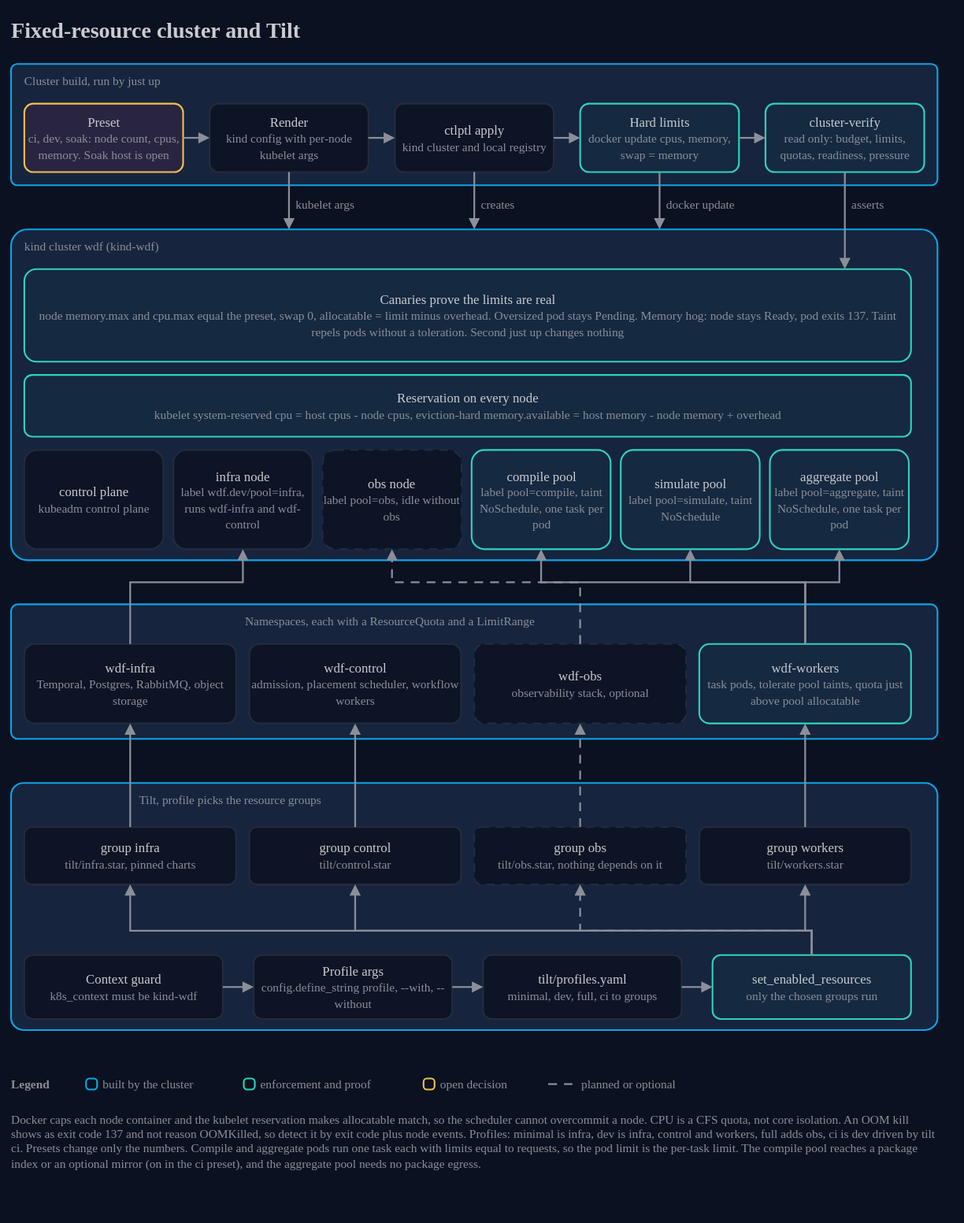
Before: docs/architecture/09-cluster-and-tilt.drawio.svg, a diagram exported from draw.io (AndoNorth/disyard). Source tidied: cells renumbered, new cells last; positions are measured from the earlier drawing's top-left corner, leaving out a move shared by most shapes.
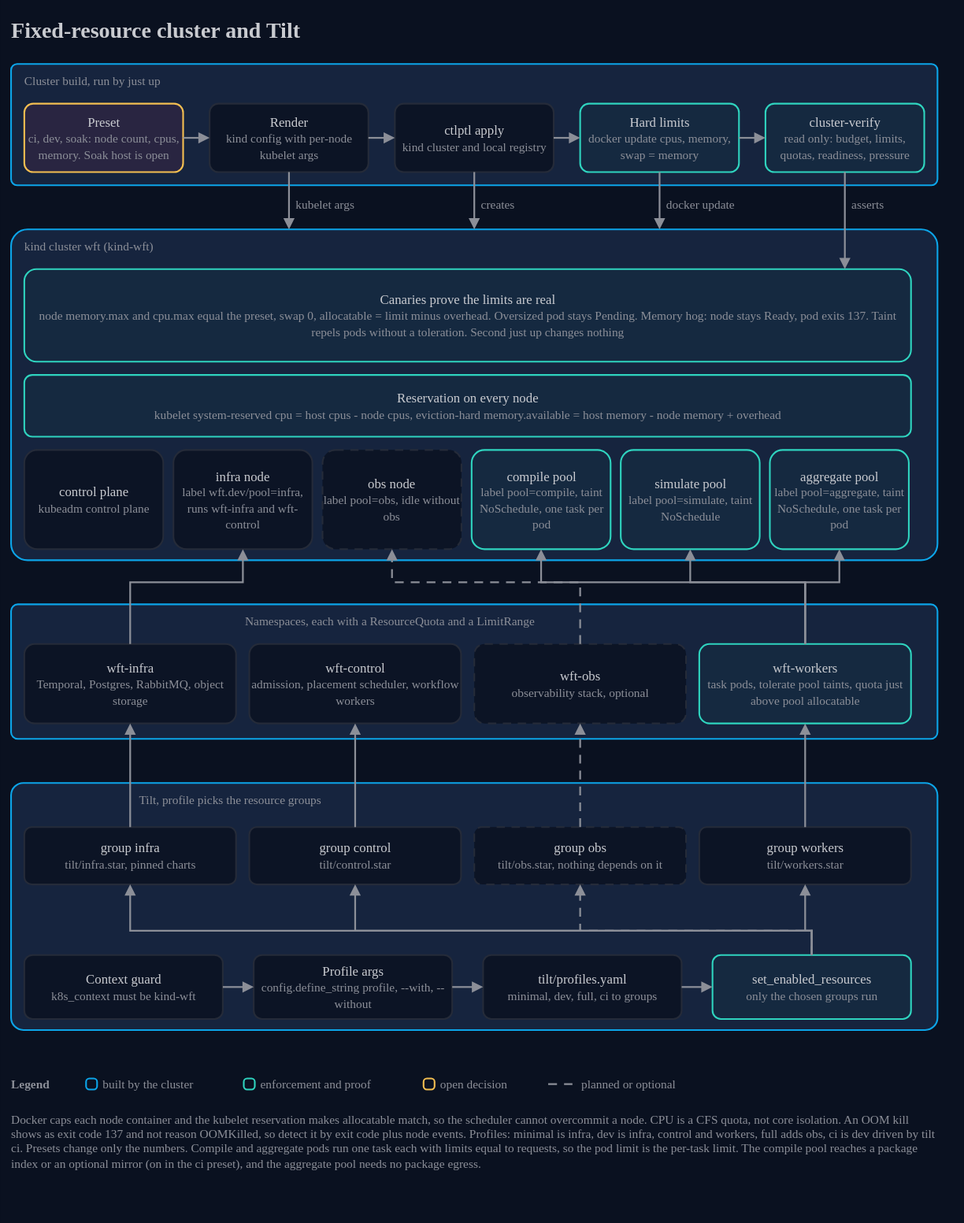
After the change.

What changed in the source:
```diff
@@ -41,7 +41,7 @@
     <mxCell id="14" style="rounded=1;arcSize=5;html=1;whiteSpace=wrap;fillColor=#16243e;strokeColor=#0ca5e9;strokeWidth=1.5;fontColor=#c9cbd0;fontSize=12;fontFamily=IBM Plex Sans;verticalAlign=top;align=left;" parent="1" vertex="1">
       <mxGeometry y="198" width="840" height="300" as="geometry" />
     </mxCell>
-    <mxCell id="15" value="kind cluster wdf (kind-wdf)" style="text;html=1;strokeColor=none;fillColor=none;align=left;verticalAlign=middle;whiteSpace=wrap;fontColor=#8c8f98;fontSize=11;fontFamily=IBM Plex Sans;spacing=0;" parent="1" vertex="1">
+    <mxCell id="15" value="kind cluster wft (kind-wft)" style="text;html=1;strokeColor=none;fillColor=none;align=left;verticalAlign=middle;whiteSpace=wrap;fontColor=#8c8f98;fontSize=11;fontFamily=IBM Plex Sans;spacing=0;" parent="1" vertex="1">
       <mxGeometry x="12" y="204" width="240" height="18" as="geometry" />
     </mxCell>
     <mxCell id="16" value="Canaries prove the limits are real&lt;br&gt;&lt;font color=&quot;#8c8f98&quot; style=&quot;font-size:11px&quot;&gt;node memory.max and cpu.max equal the preset, swap 0, allocatable = limit minus overhead. Oversized pod stays Pending. Memory hog: node stays Ready, pod exits 137. Taint repels pods without a toleration. Second just up changes nothing&lt;/font&gt;" style="rounded=1;arcSize=13;html=1;whiteSpace=wrap;fillColor=#152940;strokeColor=#2fd4bf;strokeWidth=1.5;fontColor=#c9cbd0;fontSize=12;fontFamily=IBM Plex Sans;" parent="1" vertex="1">
@@ -53,7 +53,7 @@
     <mxCell id="18" value="control plane&lt;br&gt;&lt;font color=&quot;#8c8f98&quot; style=&quot;font-size:11px&quot;&gt;kubeadm control plane&lt;/font&gt;" style="rounded=1;arcSize=13;html=1;whiteSpace=wrap;fillColor=#0c1425;strokeColor=#252b39;strokeWidth=1.5;fontColor=#c9cbd0;fontSize=12;fontFamily=IBM Plex Sans;" parent="1" vertex="1">
       <mxGeometry x="12" y="398" width="126" height="90" as="geometry" />
     </mxCell>
-    <mxCell id="19" value="infra node&lt;br&gt;&lt;font color=&quot;#8c8f98&quot; style=&quot;font-size:11px&quot;&gt;label wdf.dev/pool=infra, runs wdf-infra and wdf-control&lt;/font&gt;" style="rounded=1;arcSize=13;html=1;whiteSpace=wrap;fillColor=#0c1425;strokeColor=#252b39;strokeWidth=1.5;fontColor=#c9cbd0;fontSize=12;fontFamily=IBM Plex Sans;" parent="1" vertex="1">
+    <mxCell id="19" value="infra node&lt;br&gt;&lt;font color=&quot;#8c8f98&quot; style=&quot;font-size:11px&quot;&gt;label wft.dev/pool=infra, runs wft-infra and wft-control&lt;/font&gt;" style="rounded=1;arcSize=13;html=1;whiteSpace=wrap;fillColor=#0c1425;strokeColor=#252b39;strokeWidth=1.5;fontColor=#c9cbd0;fontSize=12;fontFamily=IBM Plex Sans;" parent="1" vertex="1">
       <mxGeometry x="147.2" y="398" width="126" height="90" as="geometry" />
     </mxCell>
     <mxCell id="20" value="obs node&lt;br&gt;&lt;font color=&quot;#8c8f98&quot; style=&quot;font-size:11px&quot;&gt;label pool=obs, idle without obs&lt;/font&gt;" style="rounded=1;arcSize=13;html=1;whiteSpace=wrap;fillColor=#0c1425;strokeColor=#252b39;strokeWidth=1.5;fontColor=#c9cbd0;fontSize=12;fontFamily=IBM Plex Sans;dashed=1;dashPattern=5 4;" parent="1" vertex="1">
@@ -98,16 +98,16 @@
     <mxCell id="33" value="Namespaces, each with a ResourceQuota and a LimitRange" style="text;html=1;strokeColor=none;fillColor=none;align=left;verticalAlign=middle;whiteSpace=wrap;fontColor=#8c8f98;fontSize=11;fontFamily=IBM Plex Sans;spacing=0;" parent="1" vertex="1">
       <mxGeometry x="212" y="544" width="420" height="18" as="geometry" />
     </mxCell>
-    <mxCell id="34" value="wdf-infra&lt;br&gt;&lt;font color=&quot;#8c8f98&quot; style=&quot;font-size:11px&quot;&gt;Temporal, Postgres, RabbitMQ, object storage&lt;/font&gt;" style="rounded=1;arcSize=13;html=1;whiteSpace=wrap;fillColor=#0c1425;strokeColor=#252b39;strokeWidth=1.5;fontColor=#c9cbd0;fontSize=12;fontFamily=IBM Plex Sans;" parent="1" vertex="1">
+    <mxCell id="34" value="wft-infra&lt;br&gt;&lt;font color=&quot;#8c8f98&quot; style=&quot;font-size:11px&quot;&gt;Temporal, Postgres, RabbitMQ, object storage&lt;/font&gt;" style="rounded=1;arcSize=13;html=1;whiteSpace=wrap;fillColor=#0c1425;strokeColor=#252b39;strokeWidth=1.5;fontColor=#c9cbd0;fontSize=12;fontFamily=IBM Plex Sans;" parent="1" vertex="1">
       <mxGeometry x="12" y="574" width="192" height="72" as="geometry" />
     </mxCell>
-    <mxCell id="35" value="wdf-control&lt;br&gt;&lt;font color=&quot;#8c8f98&quot; style=&quot;font-size:11px&quot;&gt;admission, placement scheduler, workflow workers&lt;/font&gt;" style="rounded=1;arcSize=13;html=1;whiteSpace=wrap;fillColor=#0c1425;strokeColor=#252b39;strokeWidth=1.5;fontColor=#c9cbd0;fontSize=12;fontFamily=IBM Plex Sans;" parent="1" vertex="1">
+    <mxCell id="35" value="wft-control&lt;br&gt;&lt;font color=&quot;#8c8f98&quot; style=&quot;font-size:11px&quot;&gt;admission, placement scheduler, workflow workers&lt;/font&gt;" style="rounded=1;arcSize=13;html=1;whiteSpace=wrap;fillColor=#0c1425;strokeColor=#252b39;strokeWidth=1.5;fontColor=#c9cbd0;fontSize=12;fontFamily=IBM Plex Sans;" parent="1" vertex="1">
       <mxGeometry x="216" y="574" width="192" height="72" as="geometry" />
     </mxCell>
-    <mxCell id="36" value="wdf-obs&lt;br&gt;&lt;font color=&quot;#8c8f98&quot; style=&quot;font-size:11px&quot;&gt;observability stack, optional&lt;/font&gt;" style="rounded=1;arcSize=13;html=1;whiteSpace=wrap;fillColor=#0c1425;strokeColor=#252b39;strokeWidth=1.5;fontColor=#c9cbd0;fontSize=12;fontFamily=IBM Plex Sans;dashed=1;dashPattern=5 4;" parent="1" vertex="1">
+    <mxCell id="36" value="wft-obs&lt;br&gt;&lt;font color=&quot;#8c8f98&quot; style=&quot;font-size:11px&quot;&gt;observability stack, optional&lt;/font&gt;" style="rounded=1;arcSize=13;html=1;whiteSpace=wrap;fillColor=#0c1425;strokeColor=#252b39;strokeWidth=1.5;fontColor=#c9cbd0;fontSize=12;fontFamily=IBM Plex Sans;dashed=1;dashPattern=5 4;" parent="1" vertex="1">
       <mxGeometry x="420" y="574" width="192" height="72" as="geometry" />
     </mxCell>
-    <mxCell id="37" value="wdf-workers&lt;br&gt;&lt;font color=&quot;#8c8f98&quot; style=&quot;font-size:11px&quot;&gt;task pods, tolerate pool taints, quota just above pool allocatable&lt;/font&gt;" style="rounded=1;arcSize=13;html=1;whiteSpace=wrap;fillColor=#152940;strokeColor=#2fd4bf;strokeWidth=1.5;fontColor=#c9cbd0;fontSize=12;fontFamily=IBM Plex Sans;" parent="1" vertex="1">
+    <mxCell id="37" value="wft-workers&lt;br&gt;&lt;font color=&quot;#8c8f98&quot; style=&quot;font-size:11px&quot;&gt;task pods, tolerate pool taints, quota just above pool allocatable&lt;/font&gt;" style="rounded=1;arcSize=13;html=1;whiteSpace=wrap;fillColor=#152940;strokeColor=#2fd4bf;strokeWidth=1.5;fontColor=#c9cbd0;fontSize=12;fontFamily=IBM Plex Sans;" parent="1" vertex="1">
       <mxGeometry x="624" y="574" width="192" height="72" as="geometry" />
     </mxCell>
     <mxCell id="38" style="endArrow=block;endFill=1;startArrow=none;html=1;rounded=0;strokeColor=#8c8f98;strokeWidth=1.6;exitX=0.5;exitY=0;exitDx=0;exitDy=0;entryX=0.5;entryY=1;entryDx=0;entryDy=0;" parent="1" edge="1" source="34" target="19">
@@ -180,7 +180,7 @@
     <mxCell id="52" style="endArrow=block;endFill=1;startArrow=none;html=1;rounded=0;strokeColor=#8c8f98;strokeWidth=1.6;exitX=0.5;exitY=0;exitDx=0;exitDy=0;entryX=0.5;entryY=1;entryDx=0;entryDy=0;" parent="1" edge="1" source="48" target="37">
       <mxGeometry relative="1" as="geometry" />
     </mxCell>
-    <mxCell id="53" value="Context guard&lt;br&gt;&lt;font color=&quot;#8c8f98&quot; style=&quot;font-size:11px&quot;&gt;k8s_context must be kind-wdf&lt;/font&gt;" style="rounded=1;arcSize=13;html=1;whiteSpace=wrap;fillColor=#0c1425;strokeColor=#252b39;strokeWidth=1.5;fontColor=#c9cbd0;fontSize=12;fontFamily=IBM Plex Sans;" parent="1" vertex="1">
+    <mxCell id="53" value="Context guard&lt;br&gt;&lt;font color=&quot;#8c8f98&quot; style=&quot;font-size:11px&quot;&gt;k8s_context must be kind-wft&lt;/font&gt;" style="rounded=1;arcSize=13;html=1;whiteSpace=wrap;fillColor=#0c1425;strokeColor=#252b39;strokeWidth=1.5;fontColor=#c9cbd0;fontSize=12;fontFamily=IBM Plex Sans;" parent="1" vertex="1">
       <mxGeometry x="12" y="856" width="180" height="58" as="geometry" />
     </mxCell>
     <mxCell id="54" value="Profile args&lt;br&gt;&lt;font color=&quot;#8c8f98&quot; style=&quot;font-size:11px&quot;&gt;config.define_string profile, --with, --without&lt;/font&gt;" style="rounded=1;arcSize=13;html=1;whiteSpace=wrap;fillColor=#0c1425;strokeColor=#252b39;strokeWidth=1.5;fontColor=#c9cbd0;fontSize=12;fontFamily=IBM Plex Sans;" parent="1" vertex="1">
```
